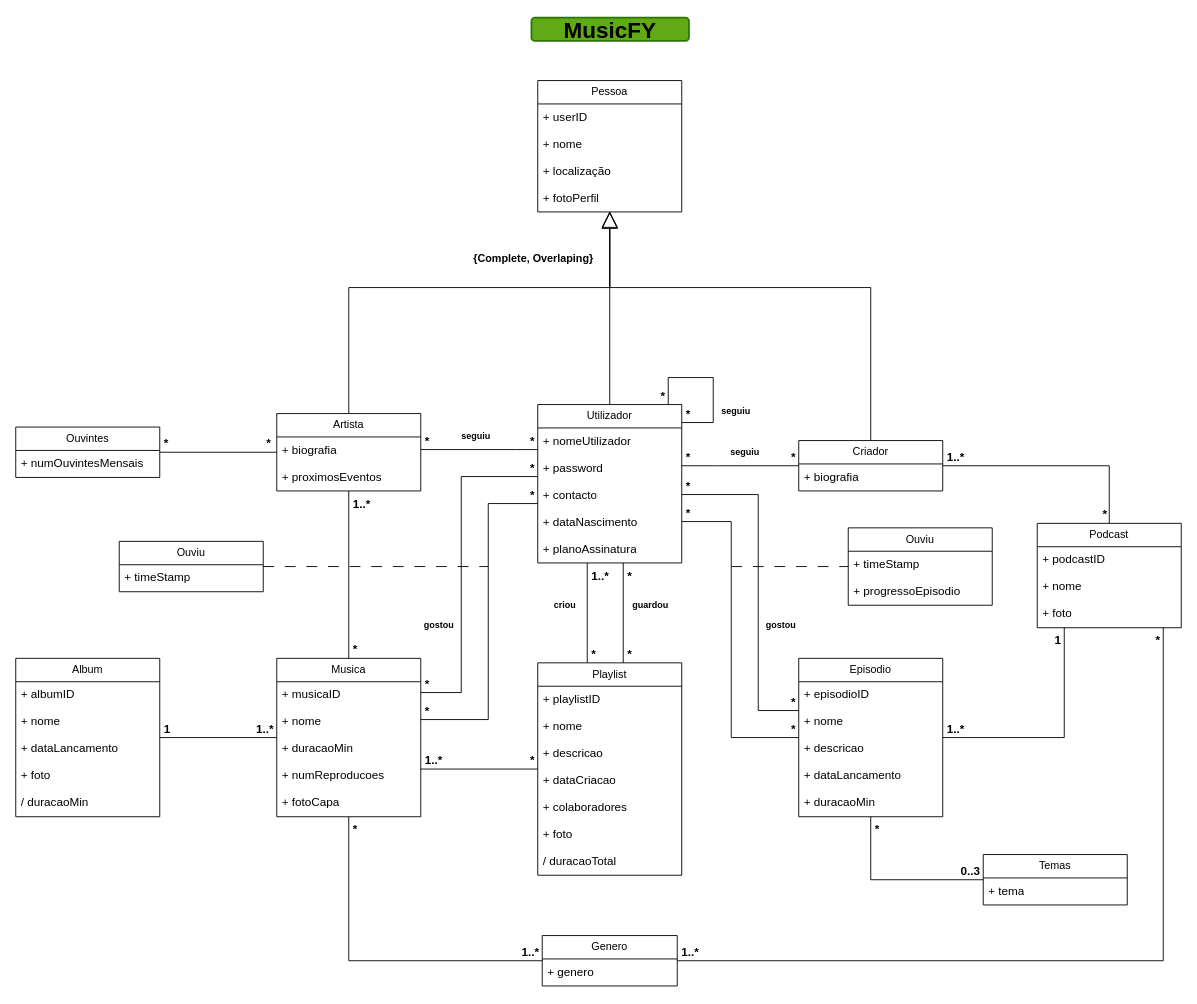
Earlier version of the draw.io diagram UMLmusicFY.drawio (PedroLunet/database). Source tidied: cells renumbered, new cells numbered last; positions are measured from the earlier drawing's top-left corner, leaving out a move shared by most shapes. Both pictures are drawn from the tidied source at 90%, with x=0, y=0 at pixel (15, 17).
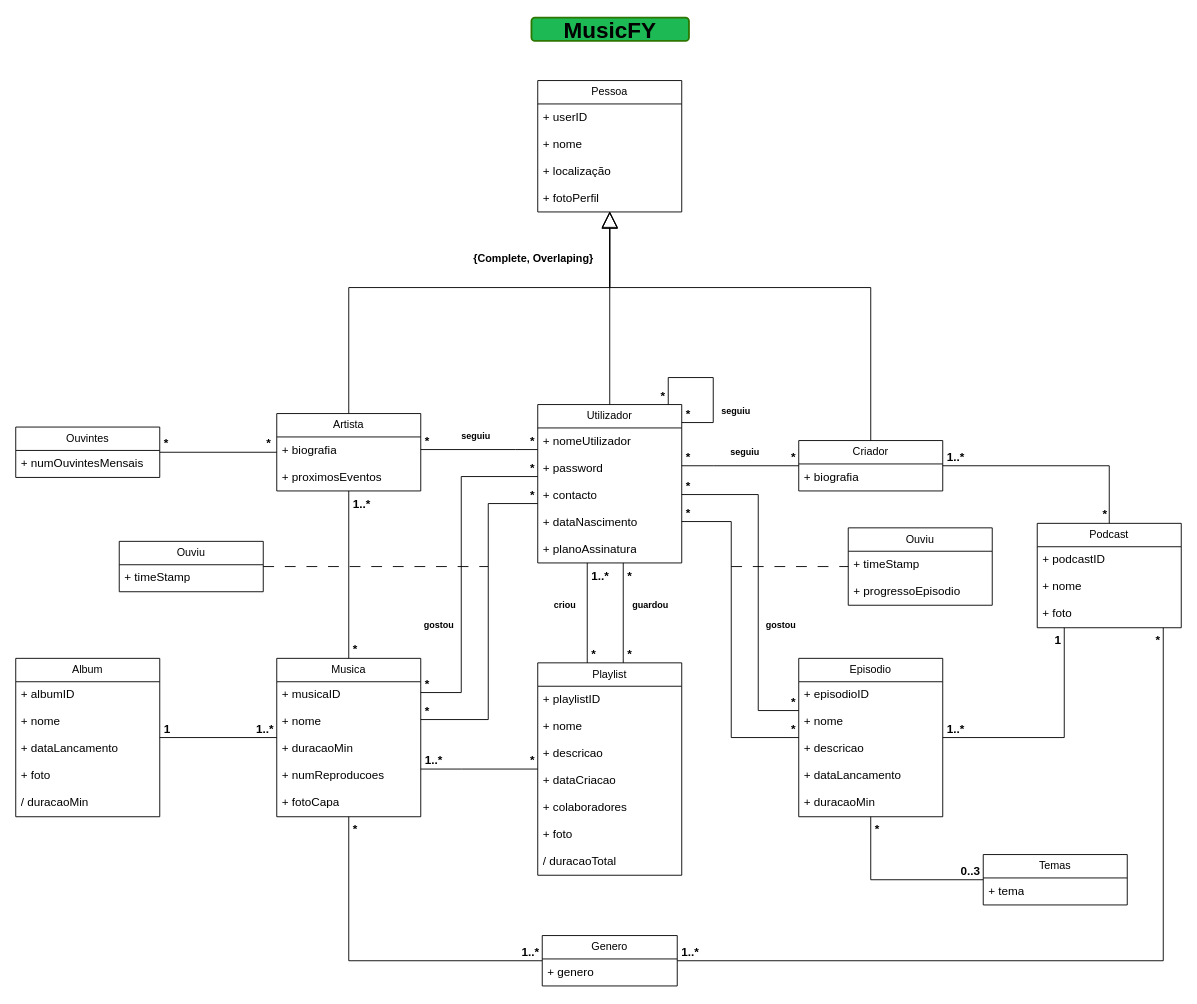
Above is the later version.

What changed in the source:
```diff
@@
-    <mxCell id="24" value="MusicFY" style="text;align=center;fontStyle=1;verticalAlign=middle;spacingLeft=3;spacingRight=3;strokeColor=#2D7600;fontSize=25;fontColor=#000000;labelBackgroundColor=none;labelBorderColor=none;rounded=1;fillColor=#60a917;whiteSpace=wrap;html=1;strokeWidth=2;perimeterSpacing=24;" parent="1" vertex="1">
+    <mxCell id="24" value="MusicFY" style="text;align=center;fontStyle=1;verticalAlign=middle;spacingLeft=3;spacingRight=3;strokeColor=#2D7600;fontSize=25;fontColor=#000000;labelBackgroundColor=none;labelBorderColor=none;rounded=1;fillColor=#1DB954;whiteSpace=wrap;html=1;strokeWidth=2;perimeterSpacing=24;" parent="1" vertex="1">
       <mxGeometry x="573" width="175" height="26" as="geometry" />
     </mxCell>
```
